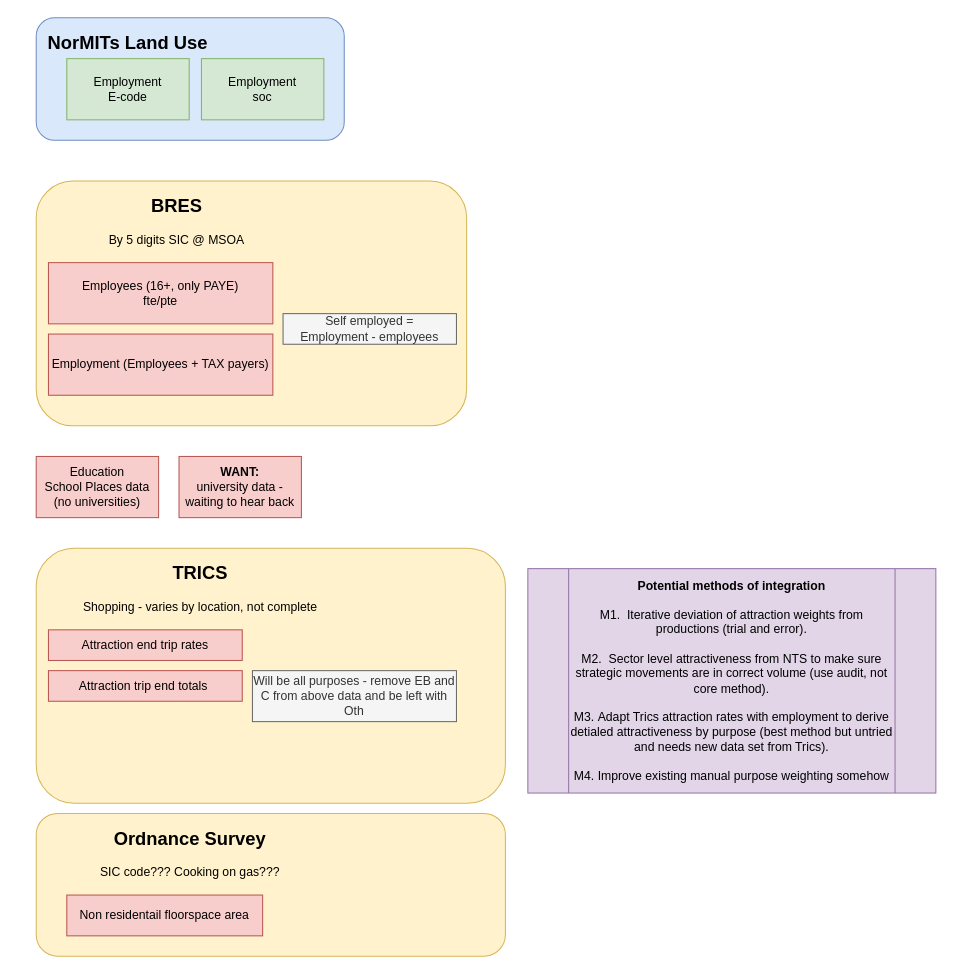
Above: page "Page-3" (3 of 3) of docs/op_models/NoTEM/NoTEM Code Structure.drawio in Transport-for-the-North/NorMITs-Demand (draw.io), before the change. Source tidied: cells renumbered, new cells numbered last; positions are measured from the earlier drawing's top-left corner, leaving out a move shared by most shapes. Both pictures are drawn from the tidied source at 102%, with x=0, y=0 at pixel (17, 17).
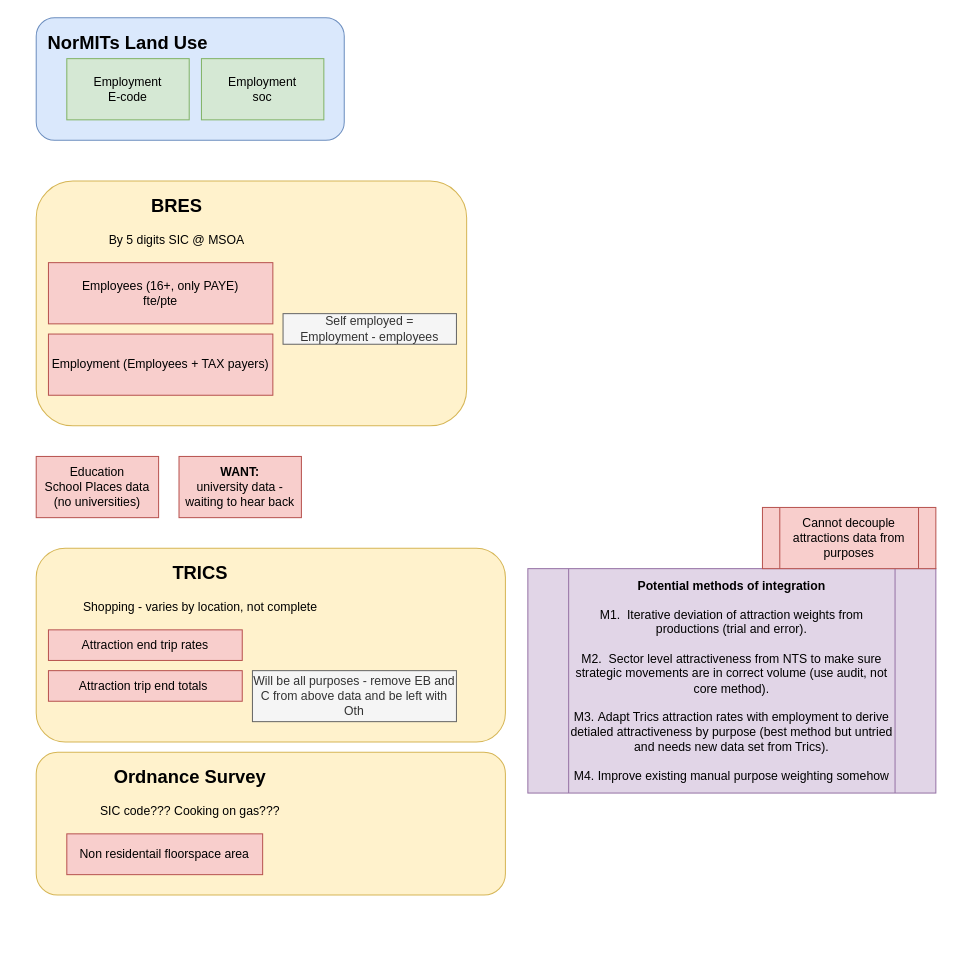
The same page after the edit.

The edit, as a diff of the source:
```diff
@@
     <mxCell id="2" style="rounded=1;whiteSpace=wrap;html=1;fillColor=#fff2cc;strokeColor=#d6b656;" parent="1" vertex="1">
-      <mxGeometry x="18" y="780" width="460" height="140" as="geometry" />
+      <mxGeometry x="18" y="720" width="460" height="140" as="geometry" />
     </mxCell>
@@
     <mxCell id="14" style="rounded=1;whiteSpace=wrap;html=1;fillColor=#fff2cc;strokeColor=#d6b656;" parent="1" vertex="1">
-      <mxGeometry x="18" y="520" width="460" height="250" as="geometry" />
+      <mxGeometry x="18" y="520" width="460" height="190" as="geometry" />
     </mxCell>
@@
     <mxCell id="20" value="Non residentail floorspace area" style="rounded=0;whiteSpace=wrap;html=1;fillColor=#f8cecc;strokeColor=#b85450;" parent="1" vertex="1">
-      <mxGeometry x="48" y="860" width="192" height="40" as="geometry" />
+      <mxGeometry x="48" y="800" width="192" height="40" as="geometry" />
     </mxCell>
     <mxCell id="21" value="&lt;font&gt;&lt;span style=&quot;font-size: 18px&quot;&gt;&lt;b&gt;Ordnance Survey&lt;/b&gt;&lt;/span&gt;&lt;br&gt;&lt;br&gt;SIC code??? Cooking on gas???&lt;br&gt;&lt;/font&gt;" style="text;html=1;strokeColor=none;fillColor=none;align=center;verticalAlign=middle;whiteSpace=wrap;rounded=0;" parent="1" vertex="1">
-      <mxGeometry x="38" y="790" width="262" height="60" as="geometry" />
+      <mxGeometry x="38" y="730" width="262" height="60" as="geometry" />
     </mxCell>
+    <mxCell id="22" value="Cannot decouple attractions data from purposes" style="shape=process;whiteSpace=wrap;html=1;backgroundOutline=1;fillColor=#f8cecc;strokeColor=#b85450;" parent="1" vertex="1">
+      <mxGeometry x="730" y="480" width="170" height="60" as="geometry" />
+    </mxCell>
```
